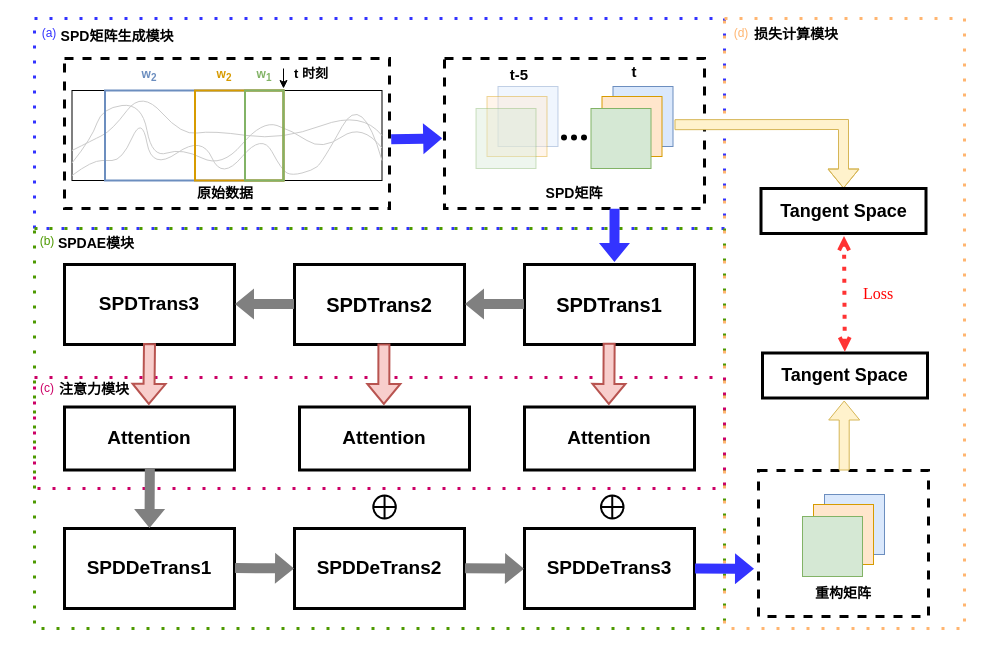
Above: page "第 10 页" (10 of 10) of spd.drawio in balllightnings/draw (draw.io), before the change. Source tidied: cells renumbered, new cells numbered last; positions are measured from the earlier drawing's top-left corner, leaving out a move shared by most shapes. Both pictures are drawn from the tidied source at 100%, with x=0, y=0 at pixel (17, 18).
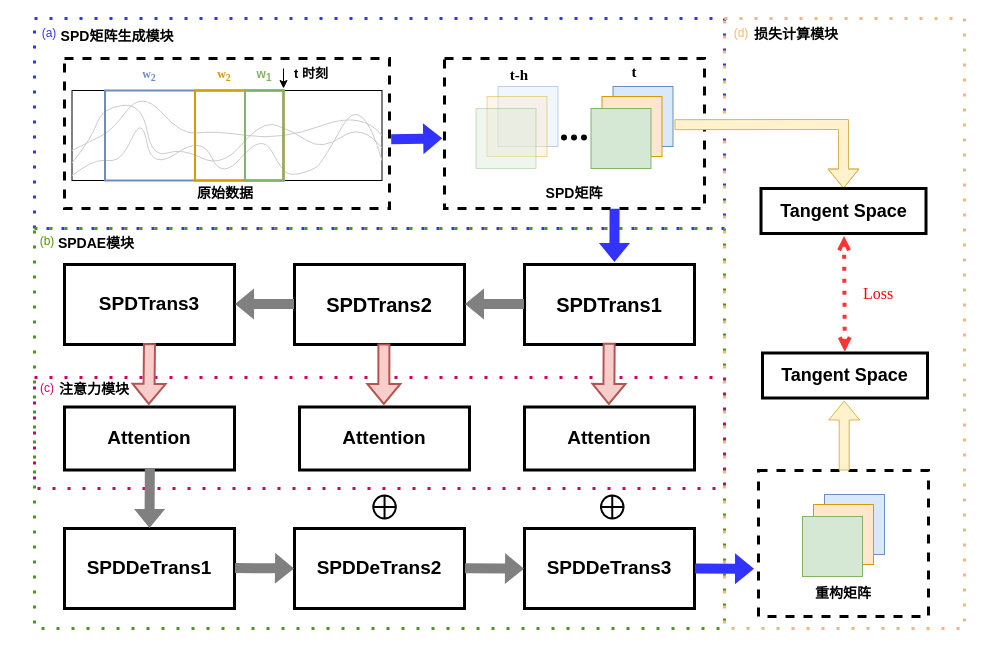
The same page after the edit.

Change to the diagram source:
```diff
@@
-    <mxCell id="65" value="&lt;font size=&quot;1&quot;&gt;&lt;b style=&quot;font-size: 15px;&quot;&gt;t&lt;/b&gt;&lt;/font&gt;" style="text;html=1;strokeColor=none;fillColor=none;align=center;verticalAlign=middle;whiteSpace=wrap;rounded=0;" parent="1" vertex="1">
+    <mxCell id="65" value="&lt;font size=&quot;1&quot; face=&quot;Times New Roman&quot;&gt;&lt;b style=&quot;font-size: 15px;&quot;&gt;t&lt;/b&gt;&lt;/font&gt;" style="text;html=1;strokeColor=none;fillColor=none;align=center;verticalAlign=middle;whiteSpace=wrap;rounded=0;" parent="1" vertex="1">
       <mxGeometry x="586.5" y="38" width="60" height="30" as="geometry" />
     </mxCell>
-    <mxCell id="66" value="&lt;font size=&quot;1&quot;&gt;&lt;b style=&quot;font-size: 15px;&quot;&gt;t-5&lt;/b&gt;&lt;/font&gt;" style="text;html=1;strokeColor=none;fillColor=none;align=center;verticalAlign=middle;whiteSpace=wrap;rounded=0;" parent="1" vertex="1">
+    <mxCell id="66" value="&lt;font size=&quot;1&quot; face=&quot;Times New Roman&quot;&gt;&lt;b style=&quot;font-size: 15px;&quot;&gt;t-h&lt;br&gt;&lt;/b&gt;&lt;/font&gt;" style="text;html=1;strokeColor=none;fillColor=none;align=center;verticalAlign=middle;whiteSpace=wrap;rounded=0;" parent="1" vertex="1">
       <mxGeometry x="472" y="41" width="60" height="30" as="geometry" />
     </mxCell>
@@
-    <mxCell id="68" value="&lt;font style=&quot;font-size: 12px;&quot; color=&quot;#d79b00&quot;&gt;&lt;b&gt;w&lt;sub&gt;2&lt;/sub&gt;&lt;/b&gt;&lt;/font&gt;" style="text;html=1;strokeColor=none;fillColor=none;align=center;verticalAlign=middle;whiteSpace=wrap;rounded=0;" parent="1" vertex="1">
+    <mxCell id="68" value="&lt;font style=&quot;font-size: 12px;&quot; face=&quot;Times New Roman&quot; color=&quot;#d79b00&quot;&gt;&lt;b&gt;w&lt;sub&gt;2&lt;/sub&gt;&lt;/b&gt;&lt;/font&gt;" style="text;html=1;strokeColor=none;fillColor=none;align=center;verticalAlign=middle;whiteSpace=wrap;rounded=0;" parent="1" vertex="1">
       <mxGeometry x="177" y="42" width="60" height="30" as="geometry" />
     </mxCell>
-    <mxCell id="69" value="&lt;font style=&quot;font-size: 12px;&quot; color=&quot;#6c8ebf&quot;&gt;&lt;b&gt;w&lt;sub&gt;2&lt;/sub&gt;&lt;/b&gt;&lt;/font&gt;" style="text;html=1;strokeColor=none;fillColor=none;align=center;verticalAlign=middle;whiteSpace=wrap;rounded=0;" parent="1" vertex="1">
+    <mxCell id="69" value="&lt;font style=&quot;font-size: 12px;&quot; face=&quot;Times New Roman&quot; color=&quot;#6c8ebf&quot;&gt;&lt;b&gt;w&lt;sub&gt;2&lt;/sub&gt;&lt;/b&gt;&lt;/font&gt;" style="text;html=1;strokeColor=none;fillColor=none;align=center;verticalAlign=middle;whiteSpace=wrap;rounded=0;" parent="1" vertex="1">
       <mxGeometry x="102" y="42" width="60" height="30" as="geometry" />
     </mxCell>
```
